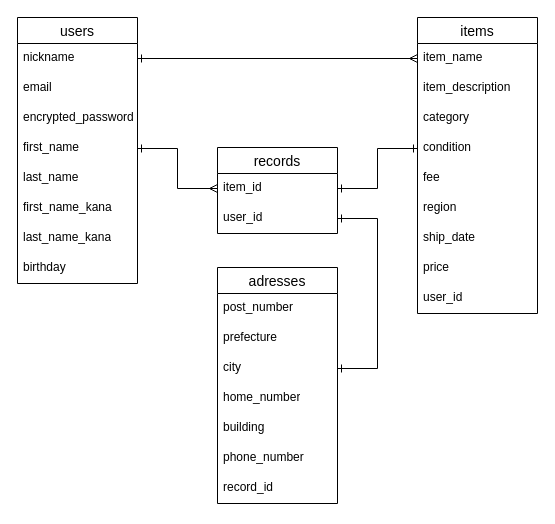
haru-mq/furima-42193 keeps this draw.io diagram as er.dio. Above is the earlier version. Source tidied: cells renumbered, new cells numbered last; positions are measured from the earlier drawing's top-left corner, leaving out a move shared by most shapes. Both pictures are drawn from the tidied source at 100%, with x=0, y=0 at pixel (17, 17).
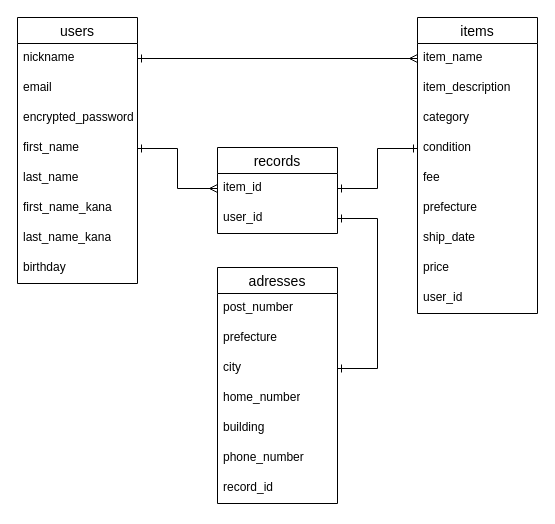
The same page after the edit.

Commit message (it also covers changes not shown here):
database_design #3

Unchanged cells that the change refers to:
```xml
<mxCell id="11" value="items" style="swimlane;fontStyle=0;horizontal=1;startSize=26;align=center;fontSize=14;" parent="1" vertex="1">
  <mxGeometry x="400" width="120" height="296" as="geometry" />
</mxCell>
```

Change to the diagram source:
```diff
@@
-    <mxCell id="17" value="region" style="text;strokeColor=none;fillColor=none;spacingLeft=4;spacingRight=4;overflow=hidden;fontSize=12;whiteSpace=wrap;html=1;" parent="11" vertex="1">
+    <mxCell id="17" value="prefecture" style="text;strokeColor=none;fillColor=none;spacingLeft=4;spacingRight=4;overflow=hidden;fontSize=12;whiteSpace=wrap;html=1;" parent="11" vertex="1">
       <mxGeometry y="176" width="120" height="30" as="geometry" />
     </mxCell>
```
